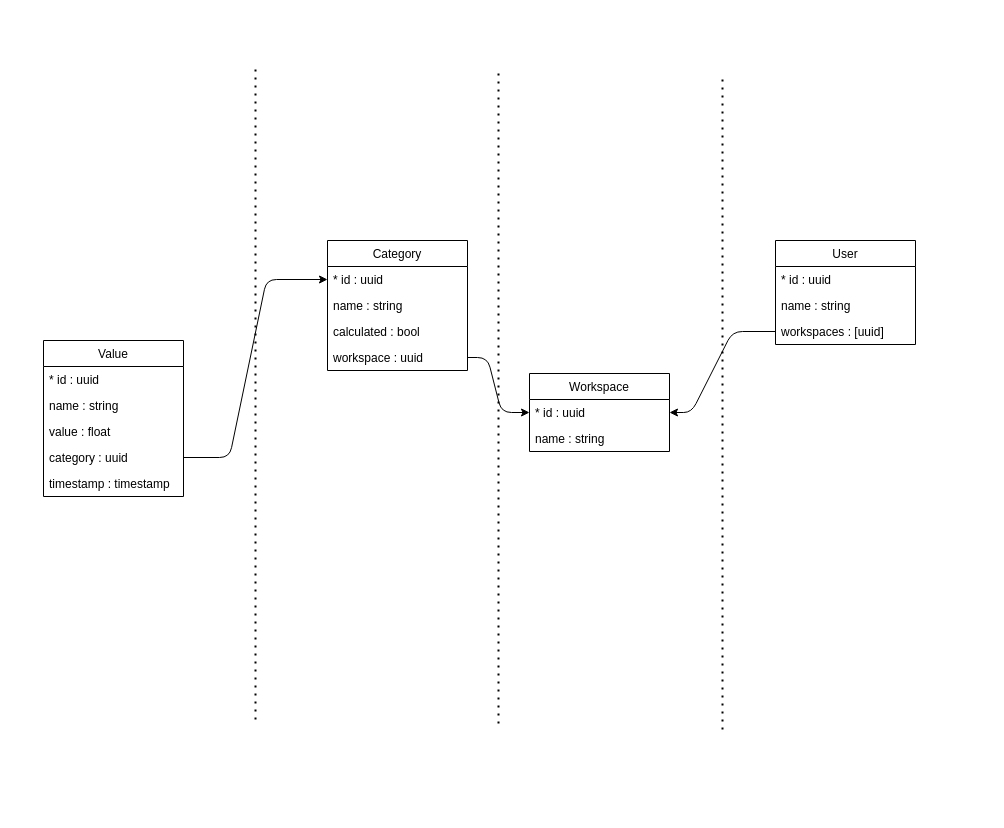
mes1234/Organizer keeps this draw.io diagram as TypeSystem.drawio. Above is the earlier version. Source tidied: cells renumbered, new cells numbered last; positions are measured from the earlier drawing's top-left corner, leaving out a move shared by most shapes. Both pictures are drawn from the tidied source at 100%, with x=0, y=0 at pixel (43, 66).
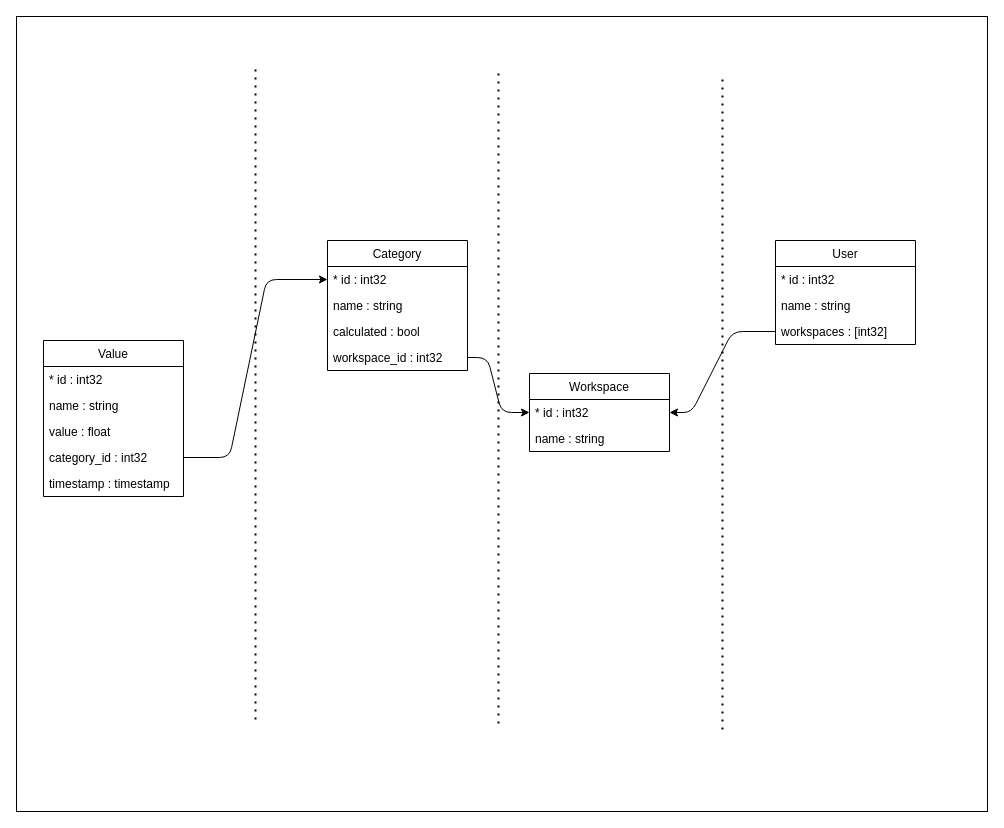
After the change.

Unchanged cells that the change refers to:
```xml
<mxCell id="2" value="Value" style="swimlane;fontStyle=0;horizontal=1;startSize=26;" parent="1" vertex="1">
  <mxGeometry y="274" width="140" height="156" as="geometry" />
</mxCell>
<mxCell id="8" value="Category" style="swimlane;fontStyle=0;horizontal=1;startSize=26;" parent="1" vertex="1">
  <mxGeometry x="284" y="174" width="140" height="130" as="geometry" />
</mxCell>
<mxCell id="13" value="Workspace" style="swimlane;fontStyle=0;horizontal=1;startSize=26;" parent="1" vertex="1">
  <mxGeometry x="486" y="307" width="140" height="78" as="geometry" />
</mxCell>
<mxCell id="16" value="User" style="swimlane;fontStyle=0;horizontal=1;startSize=26;" parent="1" vertex="1">
  <mxGeometry x="732" y="174" width="140" height="104" as="geometry" />
</mxCell>
```

Change to the diagram source:
```diff
@@
+    <mxCell id="26" style="rounded=0;whiteSpace=wrap;html=1;" parent="1" vertex="1">
+      <mxGeometry x="-27" y="-50" width="971" height="795" as="geometry" />
+    </mxCell>
@@
-    <mxCell id="3" value="* id : uuid" style="text;strokeColor=none;fillColor=none;align=left;verticalAlign=top;spacingLeft=4;spacingRight=4;overflow=hidden;" parent="2" vertex="1">
+    <mxCell id="3" value="* id : int32" style="text;strokeColor=none;fillColor=none;align=left;verticalAlign=top;spacingLeft=4;spacingRight=4;overflow=hidden;" parent="2" vertex="1">
       <mxGeometry y="26" width="140" height="26" as="geometry" />
     </mxCell>
@@
-    <mxCell id="6" value="category : uuid" style="text;strokeColor=none;fillColor=none;align=left;verticalAlign=top;spacingLeft=4;spacingRight=4;overflow=hidden;points=[[0,0.5],[1,0.5]];portConstraint=eastwest;" parent="2" vertex="1">
+    <mxCell id="6" value="category_id : int32" style="text;strokeColor=none;fillColor=none;align=left;verticalAlign=top;spacingLeft=4;spacingRight=4;overflow=hidden;points=[[0,0.5],[1,0.5]];portConstraint=eastwest;" parent="2" vertex="1">
       <mxGeometry y="104" width="140" height="26" as="geometry" />
     </mxCell>
@@
-    <mxCell id="9" value="* id : uuid" style="text;strokeColor=none;fillColor=none;align=left;verticalAlign=top;spacingLeft=4;spacingRight=4;overflow=hidden;points=[[0,0.5],[1,0.5]];portConstraint=eastwest;" parent="8" vertex="1">
+    <mxCell id="9" value="* id : int32" style="text;strokeColor=none;fillColor=none;align=left;verticalAlign=top;spacingLeft=4;spacingRight=4;overflow=hidden;points=[[0,0.5],[1,0.5]];portConstraint=eastwest;" parent="8" vertex="1">
       <mxGeometry y="26" width="140" height="26" as="geometry" />
     </mxCell>
@@
-    <mxCell id="12" value="workspace : uuid" style="text;strokeColor=none;fillColor=none;align=left;verticalAlign=top;spacingLeft=4;spacingRight=4;overflow=hidden;points=[[0,0.5],[1,0.5]];portConstraint=eastwest;" parent="8" vertex="1">
+    <mxCell id="12" value="workspace_id : int32" style="text;strokeColor=none;fillColor=none;align=left;verticalAlign=top;spacingLeft=4;spacingRight=4;overflow=hidden;points=[[0,0.5],[1,0.5]];portConstraint=eastwest;" parent="8" vertex="1">
       <mxGeometry y="104" width="140" height="26" as="geometry" />
     </mxCell>
@@
-    <mxCell id="14" value="* id : uuid" style="text;strokeColor=none;fillColor=none;align=left;verticalAlign=top;spacingLeft=4;spacingRight=4;overflow=hidden;points=[[0,0.5],[1,0.5]];portConstraint=eastwest;" parent="13" vertex="1">
+    <mxCell id="14" value="* id : int32" style="text;strokeColor=none;fillColor=none;align=left;verticalAlign=top;spacingLeft=4;spacingRight=4;overflow=hidden;points=[[0,0.5],[1,0.5]];portConstraint=eastwest;" parent="13" vertex="1">
       <mxGeometry y="26" width="140" height="26" as="geometry" />
     </mxCell>
@@
-    <mxCell id="17" value="* id : uuid" style="text;strokeColor=none;fillColor=none;align=left;verticalAlign=top;spacingLeft=4;spacingRight=4;overflow=hidden;" parent="16" vertex="1">
+    <mxCell id="17" value="* id : int32" style="text;strokeColor=none;fillColor=none;align=left;verticalAlign=top;spacingLeft=4;spacingRight=4;overflow=hidden;" parent="16" vertex="1">
       <mxGeometry y="26" width="140" height="26" as="geometry" />
     </mxCell>
@@
-    <mxCell id="19" value="workspaces : [uuid]" style="text;strokeColor=none;fillColor=none;align=left;verticalAlign=top;spacingLeft=4;spacingRight=4;overflow=hidden;points=[[0,0.5],[1,0.5]];portConstraint=eastwest;" parent="16" vertex="1">
+    <mxCell id="19" value="workspaces : [int32]" style="text;strokeColor=none;fillColor=none;align=left;verticalAlign=top;spacingLeft=4;spacingRight=4;overflow=hidden;points=[[0,0.5],[1,0.5]];portConstraint=eastwest;" parent="16" vertex="1">
       <mxGeometry y="78" width="140" height="26" as="geometry" />
     </mxCell>
```
